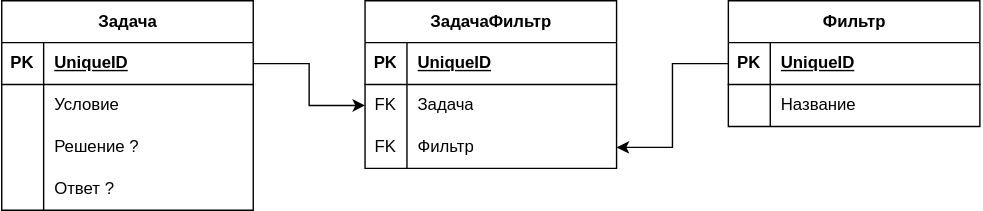
This is DataBase.svg from e1ernal/Workbook, a draw.io export, as it was before one commit. Source tidied: cells renumbered, new cells last; positions are measured from the earlier drawing's top-left corner, leaving out a move shared by most shapes. Its diagram source:
```xml
<mxGraphModel>
  <root>
    <mxCell id="0" />
    <mxCell id="1" parent="0" />
    <mxCell id="2" value="Задача" style="shape=table;startSize=30;rowLines=0;fontStyle=1;align=center;html=1;" parent="1" vertex="1">
      <mxGeometry width="180" height="150" as="geometry" />
    </mxCell>
    <mxCell id="3" style="shape=tableRow;horizontal=0;startSize=0;swimlaneHead=0;swimlaneBody=0;fillColor=none;points=[[0,0.5],[1,0.5]];portConstraint=eastwest;top=0;left=0;right=0;bottom=1;" parent="2" vertex="1">
      <mxGeometry y="30" width="180" height="30" as="geometry" />
    </mxCell>
    <mxCell id="4" value="PK" style="shape=partialRectangle;fillColor=none;top=0;left=0;bottom=0;right=0;fontStyle=1;overflow=hidden;whiteSpace=wrap;html=1;" parent="3" vertex="1">
      <mxGeometry width="30" height="30" as="geometry" />
    </mxCell>
    <mxCell id="5" value="UniqueID" style="shape=partialRectangle;fillColor=none;top=0;left=0;bottom=0;right=0;align=left;spacingLeft=6;fontStyle=5;overflow=hidden;whiteSpace=wrap;html=1;" parent="3" vertex="1">
      <mxGeometry x="30" width="150" height="30" as="geometry" />
    </mxCell>
    <mxCell id="6" style="shape=tableRow;horizontal=0;startSize=0;swimlaneHead=0;swimlaneBody=0;fillColor=none;top=0;left=0;right=0;bottom=0;" parent="2" vertex="1">
      <mxGeometry y="60" width="180" height="30" as="geometry" />
    </mxCell>
    <mxCell id="7" style="shape=partialRectangle;fillColor=none;top=0;left=0;bottom=0;right=0;overflow=hidden;whiteSpace=wrap;html=1;" parent="6" vertex="1">
      <mxGeometry width="30" height="30" as="geometry" />
    </mxCell>
    <mxCell id="8" value="Условие" style="shape=partialRectangle;fillColor=none;top=0;left=0;bottom=0;right=0;align=left;spacingLeft=6;overflow=hidden;whiteSpace=wrap;html=1;" parent="6" vertex="1">
      <mxGeometry x="30" width="150" height="30" as="geometry" />
    </mxCell>
    <mxCell id="9" style="shape=tableRow;horizontal=0;startSize=0;swimlaneHead=0;swimlaneBody=0;fillColor=none;top=0;left=0;right=0;bottom=0;" parent="2" vertex="1">
      <mxGeometry y="90" width="180" height="30" as="geometry" />
    </mxCell>
    <mxCell id="10" style="shape=partialRectangle;fillColor=none;top=0;left=0;bottom=0;right=0;overflow=hidden;whiteSpace=wrap;html=1;" parent="9" vertex="1">
      <mxGeometry width="30" height="30" as="geometry" />
    </mxCell>
    <mxCell id="11" value="Решение ?" style="shape=partialRectangle;fillColor=none;top=0;left=0;bottom=0;right=0;align=left;spacingLeft=6;overflow=hidden;whiteSpace=wrap;html=1;" parent="9" vertex="1">
      <mxGeometry x="30" width="150" height="30" as="geometry" />
    </mxCell>
    <mxCell id="12" style="shape=tableRow;horizontal=0;startSize=0;swimlaneHead=0;swimlaneBody=0;fillColor=none;top=0;left=0;right=0;bottom=0;" parent="2" vertex="1">
      <mxGeometry y="120" width="180" height="30" as="geometry" />
    </mxCell>
    <mxCell id="13" style="shape=partialRectangle;fillColor=none;top=0;left=0;bottom=0;right=0;overflow=hidden;whiteSpace=wrap;html=1;" parent="12" vertex="1">
      <mxGeometry width="30" height="30" as="geometry" />
    </mxCell>
    <mxCell id="14" value="Ответ ?" style="shape=partialRectangle;fillColor=none;top=0;left=0;bottom=0;right=0;align=left;spacingLeft=6;overflow=hidden;whiteSpace=wrap;html=1;" parent="12" vertex="1">
      <mxGeometry x="30" width="150" height="30" as="geometry" />
    </mxCell>
    <mxCell id="15" value="ЗадачаФильтр" style="shape=table;startSize=30;rowLines=0;fontStyle=1;align=center;html=1;" parent="1" vertex="1">
      <mxGeometry x="260" width="180" height="120" as="geometry" />
    </mxCell>
    <mxCell id="16" style="shape=tableRow;horizontal=0;startSize=0;swimlaneHead=0;swimlaneBody=0;fillColor=none;top=0;left=0;right=0;bottom=1;" parent="15" vertex="1">
      <mxGeometry y="30" width="180" height="30" as="geometry" />
    </mxCell>
    <mxCell id="17" value="PK" style="shape=partialRectangle;fillColor=none;top=0;left=0;bottom=0;right=0;fontStyle=1;overflow=hidden;whiteSpace=wrap;html=1;" parent="16" vertex="1">
      <mxGeometry width="30" height="30" as="geometry" />
    </mxCell>
    <mxCell id="18" value="UniqueID" style="shape=partialRectangle;fillColor=none;top=0;left=0;bottom=0;right=0;align=left;spacingLeft=6;fontStyle=5;overflow=hidden;whiteSpace=wrap;html=1;" parent="16" vertex="1">
      <mxGeometry x="30" width="150" height="30" as="geometry" />
    </mxCell>
    <mxCell id="19" style="shape=tableRow;horizontal=0;startSize=0;swimlaneHead=0;swimlaneBody=0;fillColor=none;points=[[0,0.5],[1,0.5]];portConstraint=eastwest;top=0;left=0;right=0;bottom=0;" parent="15" vertex="1">
      <mxGeometry y="60" width="180" height="30" as="geometry" />
    </mxCell>
    <mxCell id="20" value="FK" style="shape=partialRectangle;fillColor=none;top=0;left=0;bottom=0;right=0;overflow=hidden;whiteSpace=wrap;html=1;" parent="19" vertex="1">
      <mxGeometry width="30" height="30" as="geometry" />
    </mxCell>
    <mxCell id="21" value="Задача" style="shape=partialRectangle;fillColor=none;top=0;left=0;bottom=0;right=0;align=left;spacingLeft=6;overflow=hidden;whiteSpace=wrap;html=1;" parent="19" vertex="1">
      <mxGeometry x="30" width="150" height="30" as="geometry" />
    </mxCell>
    <mxCell id="22" style="shape=tableRow;horizontal=0;startSize=0;swimlaneHead=0;swimlaneBody=0;fillColor=none;points=[[0,0.5],[1,0.5]];portConstraint=eastwest;top=0;left=0;right=0;bottom=0;" parent="15" vertex="1">
      <mxGeometry y="90" width="180" height="30" as="geometry" />
    </mxCell>
    <mxCell id="23" value="FK" style="shape=partialRectangle;fillColor=none;top=0;left=0;bottom=0;right=0;overflow=hidden;whiteSpace=wrap;html=1;" parent="22" vertex="1">
      <mxGeometry width="30" height="30" as="geometry" />
    </mxCell>
    <mxCell id="24" value="Фильтр" style="shape=partialRectangle;fillColor=none;top=0;left=0;bottom=0;right=0;align=left;spacingLeft=6;overflow=hidden;whiteSpace=wrap;html=1;" parent="22" vertex="1">
      <mxGeometry x="30" width="150" height="30" as="geometry" />
    </mxCell>
    <mxCell id="25" value="Фильтр" style="shape=table;startSize=30;rowLines=0;fontStyle=1;align=center;html=1;" parent="1" vertex="1">
      <mxGeometry x="520" width="180" height="90" as="geometry" />
    </mxCell>
    <mxCell id="26" style="shape=tableRow;horizontal=0;startSize=0;swimlaneHead=0;swimlaneBody=0;fillColor=none;points=[[0,0.5],[1,0.5]];portConstraint=eastwest;top=0;left=0;right=0;bottom=1;" parent="25" vertex="1">
      <mxGeometry y="30" width="180" height="30" as="geometry" />
    </mxCell>
    <mxCell id="27" value="PK" style="shape=partialRectangle;fillColor=none;top=0;left=0;bottom=0;right=0;fontStyle=1;overflow=hidden;whiteSpace=wrap;html=1;" parent="26" vertex="1">
      <mxGeometry width="30" height="30" as="geometry" />
    </mxCell>
    <mxCell id="28" value="UniqueID" style="shape=partialRectangle;fillColor=none;top=0;left=0;bottom=0;right=0;align=left;spacingLeft=6;fontStyle=5;overflow=hidden;whiteSpace=wrap;html=1;" parent="26" vertex="1">
      <mxGeometry x="30" width="150" height="30" as="geometry" />
    </mxCell>
    <mxCell id="29" style="shape=tableRow;horizontal=0;startSize=0;swimlaneHead=0;swimlaneBody=0;fillColor=none;top=0;left=0;right=0;bottom=0;" parent="25" vertex="1">
      <mxGeometry y="60" width="180" height="30" as="geometry" />
    </mxCell>
    <mxCell id="30" style="shape=partialRectangle;fillColor=none;top=0;left=0;bottom=0;right=0;overflow=hidden;whiteSpace=wrap;html=1;" parent="29" vertex="1">
      <mxGeometry width="30" height="30" as="geometry" />
    </mxCell>
    <mxCell id="31" value="Название" style="shape=partialRectangle;fillColor=none;top=0;left=0;bottom=0;right=0;align=left;spacingLeft=6;overflow=hidden;whiteSpace=wrap;html=1;" parent="29" vertex="1">
      <mxGeometry x="30" width="150" height="30" as="geometry" />
    </mxCell>
    <mxCell id="32" style="edgeStyle=orthogonalEdgeStyle;rounded=0;jettySize=auto;html=1;exitX=1;exitY=0.5;exitDx=0;exitDy=0;entryX=0;entryY=0.5;entryDx=0;entryDy=0;" parent="1" edge="1" source="3" target="19">
      <mxGeometry relative="1" as="geometry" />
    </mxCell>
    <mxCell id="33" style="edgeStyle=orthogonalEdgeStyle;rounded=0;jettySize=auto;html=1;exitX=0;exitY=0.5;exitDx=0;exitDy=0;entryX=1;entryY=0.5;entryDx=0;entryDy=0;" parent="1" edge="1" source="26" target="22">
      <mxGeometry relative="1" as="geometry" />
    </mxCell>
  </root>
</mxGraphModel>
```
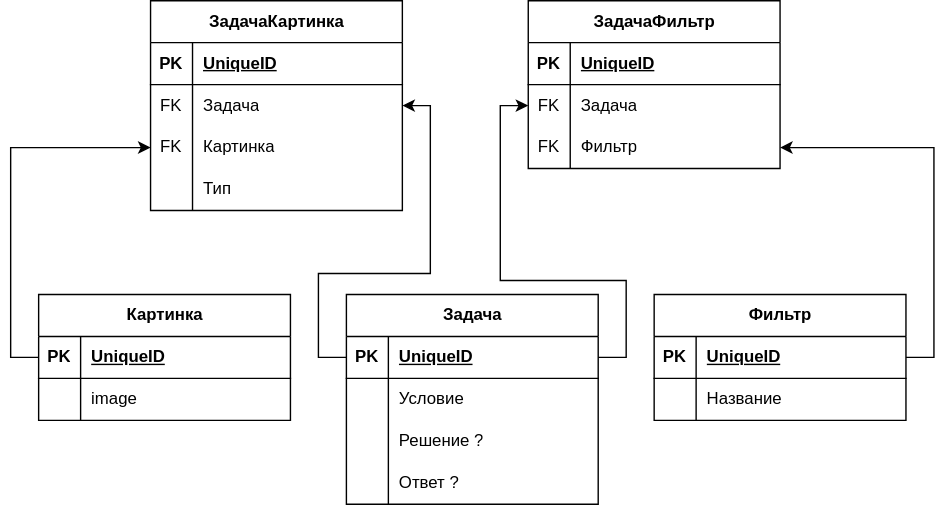
After the commit.

Change to the diagram source:
```diff
@@ -3,7 +3,7 @@
     <mxCell id="0" />
     <mxCell id="1" parent="0" />
     <mxCell id="2" value="Задача" style="shape=table;startSize=30;rowLines=0;fontStyle=1;align=center;html=1;" parent="1" vertex="1">
-      <mxGeometry width="180" height="150" as="geometry" />
+      <mxGeometry x="260" y="200" width="180" height="150" as="geometry" />
     </mxCell>
     <mxCell id="3" style="shape=tableRow;horizontal=0;startSize=0;swimlaneHead=0;swimlaneBody=0;fillColor=none;points=[[0,0.5],[1,0.5]];portConstraint=eastwest;top=0;left=0;right=0;bottom=1;" parent="2" vertex="1">
       <mxGeometry y="30" width="180" height="30" as="geometry" />
@@ -42,7 +42,7 @@
       <mxGeometry x="30" width="150" height="30" as="geometry" />
     </mxCell>
     <mxCell id="15" value="ЗадачаФильтр" style="shape=table;startSize=30;rowLines=0;fontStyle=1;align=center;html=1;" parent="1" vertex="1">
-      <mxGeometry x="260" width="180" height="120" as="geometry" />
+      <mxGeometry x="390" y="-10" width="180" height="120" as="geometry" />
     </mxCell>
     <mxCell id="16" style="shape=tableRow;horizontal=0;startSize=0;swimlaneHead=0;swimlaneBody=0;fillColor=none;top=0;left=0;right=0;bottom=1;" parent="15" vertex="1">
       <mxGeometry y="30" width="180" height="30" as="geometry" />
@@ -72,7 +72,7 @@
       <mxGeometry x="30" width="150" height="30" as="geometry" />
     </mxCell>
     <mxCell id="25" value="Фильтр" style="shape=table;startSize=30;rowLines=0;fontStyle=1;align=center;html=1;" parent="1" vertex="1">
-      <mxGeometry x="520" width="180" height="90" as="geometry" />
+      <mxGeometry x="480" y="200" width="180" height="90" as="geometry" />
     </mxCell>
     <mxCell id="26" style="shape=tableRow;horizontal=0;startSize=0;swimlaneHead=0;swimlaneBody=0;fillColor=none;points=[[0,0.5],[1,0.5]];portConstraint=eastwest;top=0;left=0;right=0;bottom=1;" parent="25" vertex="1">
       <mxGeometry y="30" width="180" height="30" as="geometry" />
@@ -93,10 +93,83 @@
       <mxGeometry x="30" width="150" height="30" as="geometry" />
     </mxCell>
     <mxCell id="32" style="edgeStyle=orthogonalEdgeStyle;rounded=0;jettySize=auto;html=1;exitX=1;exitY=0.5;exitDx=0;exitDy=0;entryX=0;entryY=0.5;entryDx=0;entryDy=0;" parent="1" edge="1" source="3" target="19">
-      <mxGeometry relative="1" as="geometry" />
+      <mxGeometry relative="1" as="geometry">
+        <Array as="points">
+          <mxPoint x="460" y="245" />
+          <mxPoint x="460" y="190" />
+          <mxPoint x="370" y="190" />
+          <mxPoint x="370" y="65" />
+        </Array>
+      </mxGeometry>
     </mxCell>
-    <mxCell id="33" style="edgeStyle=orthogonalEdgeStyle;rounded=0;jettySize=auto;html=1;exitX=0;exitY=0.5;exitDx=0;exitDy=0;entryX=1;entryY=0.5;entryDx=0;entryDy=0;" parent="1" edge="1" source="26" target="22">
+    <mxCell id="33" style="edgeStyle=orthogonalEdgeStyle;rounded=0;jettySize=auto;html=1;exitX=1;exitY=0.5;exitDx=0;exitDy=0;entryX=1;entryY=0.5;entryDx=0;entryDy=0;" parent="1" edge="1" source="26" target="22">
       <mxGeometry relative="1" as="geometry" />
     </mxCell>
+    <mxCell id="34" value="Картинка" style="shape=table;startSize=30;rowLines=0;fontStyle=1;align=center;html=1;" parent="1" vertex="1">
+      <mxGeometry x="40" y="200" width="180" height="90" as="geometry" />
+    </mxCell>
+    <mxCell id="35" style="shape=tableRow;horizontal=0;startSize=0;swimlaneHead=0;swimlaneBody=0;fillColor=none;points=[[0,0.5],[1,0.5]];portConstraint=eastwest;top=0;left=0;right=0;bottom=1;" parent="34" vertex="1">
+      <mxGeometry y="30" width="180" height="30" as="geometry" />
+    </mxCell>
+    <mxCell id="36" value="PK" style="shape=partialRectangle;fillColor=none;top=0;left=0;bottom=0;right=0;fontStyle=1;overflow=hidden;whiteSpace=wrap;html=1;" parent="35" vertex="1">
+      <mxGeometry width="30" height="30" as="geometry" />
+    </mxCell>
+    <mxCell id="37" value="UniqueID" style="shape=partialRectangle;fillColor=none;top=0;left=0;bottom=0;right=0;align=left;spacingLeft=6;fontStyle=5;overflow=hidden;whiteSpace=wrap;html=1;" parent="35" vertex="1">
+      <mxGeometry x="30" width="150" height="30" as="geometry" />
+    </mxCell>
+    <mxCell id="38" style="shape=tableRow;horizontal=0;startSize=0;swimlaneHead=0;swimlaneBody=0;fillColor=none;top=0;left=0;right=0;bottom=0;" parent="34" vertex="1">
+      <mxGeometry y="60" width="180" height="30" as="geometry" />
+    </mxCell>
+    <mxCell id="39" style="shape=partialRectangle;fillColor=none;top=0;left=0;bottom=0;right=0;overflow=hidden;whiteSpace=wrap;html=1;" parent="38" vertex="1">
+      <mxGeometry width="30" height="30" as="geometry" />
+    </mxCell>
+    <mxCell id="40" value="image" style="shape=partialRectangle;fillColor=none;top=0;left=0;bottom=0;right=0;align=left;spacingLeft=6;overflow=hidden;whiteSpace=wrap;html=1;" parent="38" vertex="1">
+      <mxGeometry x="30" width="150" height="30" as="geometry" />
+    </mxCell>
+    <mxCell id="41" value="ЗадачаКартинка" style="shape=table;startSize=30;rowLines=0;fontStyle=1;align=center;html=1;" parent="1" vertex="1">
+      <mxGeometry x="120" y="-10" width="180" height="150" as="geometry" />
+    </mxCell>
+    <mxCell id="42" style="shape=tableRow;horizontal=0;startSize=0;swimlaneHead=0;swimlaneBody=0;fillColor=none;top=0;left=0;right=0;bottom=1;" parent="41" vertex="1">
+      <mxGeometry y="30" width="180" height="30" as="geometry" />
+    </mxCell>
+    <mxCell id="43" value="PK" style="shape=partialRectangle;fillColor=none;top=0;left=0;bottom=0;right=0;fontStyle=1;overflow=hidden;whiteSpace=wrap;html=1;" parent="42" vertex="1">
+      <mxGeometry width="30" height="30" as="geometry" />
+    </mxCell>
+    <mxCell id="44" value="UniqueID" style="shape=partialRectangle;fillColor=none;top=0;left=0;bottom=0;right=0;align=left;spacingLeft=6;fontStyle=5;overflow=hidden;whiteSpace=wrap;html=1;" parent="42" vertex="1">
+      <mxGeometry x="30" width="150" height="30" as="geometry" />
+    </mxCell>
+    <mxCell id="45" style="shape=tableRow;horizontal=0;startSize=0;swimlaneHead=0;swimlaneBody=0;fillColor=none;top=0;left=0;right=0;bottom=0;" parent="41" vertex="1">
+      <mxGeometry y="60" width="180" height="30" as="geometry" />
+    </mxCell>
+    <mxCell id="46" value="FK" style="shape=partialRectangle;fillColor=none;top=0;left=0;bottom=0;right=0;overflow=hidden;whiteSpace=wrap;html=1;" parent="45" vertex="1">
+      <mxGeometry width="30" height="30" as="geometry" />
+    </mxCell>
+    <mxCell id="47" value="Задача" style="shape=partialRectangle;fillColor=none;top=0;left=0;bottom=0;right=0;align=left;spacingLeft=6;overflow=hidden;whiteSpace=wrap;html=1;" parent="45" vertex="1">
+      <mxGeometry x="30" width="150" height="30" as="geometry" />
+    </mxCell>
+    <mxCell id="48" style="shape=tableRow;horizontal=0;startSize=0;swimlaneHead=0;swimlaneBody=0;fillColor=none;points=[[0,0.5],[1,0.5]];portConstraint=eastwest;top=0;left=0;right=0;bottom=0;" parent="41" vertex="1">
+      <mxGeometry y="90" width="180" height="30" as="geometry" />
+    </mxCell>
+    <mxCell id="49" value="FK" style="shape=partialRectangle;fillColor=none;top=0;left=0;bottom=0;right=0;overflow=hidden;whiteSpace=wrap;html=1;" parent="48" vertex="1">
+      <mxGeometry width="30" height="30" as="geometry" />
+    </mxCell>
+    <mxCell id="50" value="Картинка" style="shape=partialRectangle;fillColor=none;top=0;left=0;bottom=0;right=0;align=left;spacingLeft=6;overflow=hidden;whiteSpace=wrap;html=1;" parent="48" vertex="1">
+      <mxGeometry x="30" width="150" height="30" as="geometry" />
+    </mxCell>
+    <mxCell id="51" style="shape=tableRow;horizontal=0;startSize=0;swimlaneHead=0;swimlaneBody=0;fillColor=none;top=0;left=0;right=0;bottom=0;" parent="41" vertex="1">
+      <mxGeometry y="120" width="180" height="30" as="geometry" />
+    </mxCell>
+    <mxCell id="52" style="shape=partialRectangle;fillColor=none;top=0;left=0;bottom=0;right=0;overflow=hidden;whiteSpace=wrap;html=1;" parent="51" vertex="1">
+      <mxGeometry width="30" height="30" as="geometry" />
+    </mxCell>
+    <mxCell id="53" value="Тип" style="shape=partialRectangle;fillColor=none;top=0;left=0;bottom=0;right=0;align=left;spacingLeft=6;overflow=hidden;whiteSpace=wrap;html=1;" parent="51" vertex="1">
+      <mxGeometry x="30" width="150" height="30" as="geometry" />
+    </mxCell>
+    <mxCell id="54" style="edgeStyle=orthogonalEdgeStyle;rounded=0;jettySize=auto;html=1;exitX=0;exitY=0.5;exitDx=0;exitDy=0;entryX=1;entryY=0.5;entryDx=0;entryDy=0;" parent="1" edge="1" source="3" target="41">
+      <mxGeometry relative="1" as="geometry" />
+    </mxCell>
+    <mxCell id="55" style="edgeStyle=orthogonalEdgeStyle;rounded=0;jettySize=auto;html=1;exitX=0;exitY=0.5;exitDx=0;exitDy=0;entryX=0;entryY=0.5;entryDx=0;entryDy=0;" parent="1" edge="1" source="35" target="48">
+      <mxGeometry relative="1" as="geometry" />
+    </mxCell>
   </root>
 </mxGraphModel>
```
